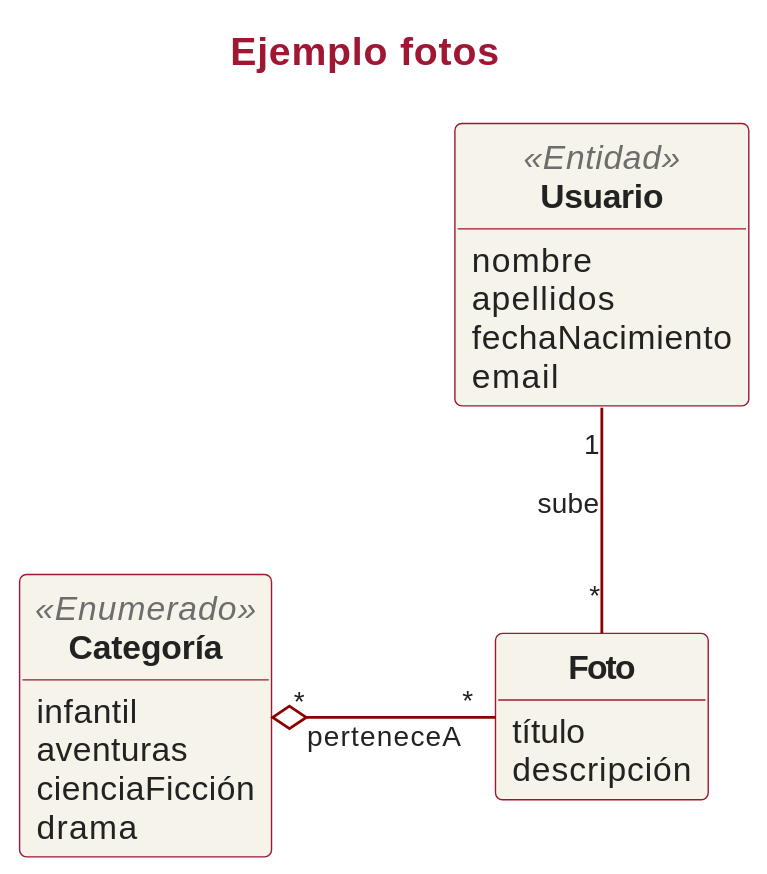
Before: assets/slides/iissi1/t6-introduccion-al-modelado-conceptual/puml/dc-ejemplo-fotos.svg, a diagram exported from PlantUML (IISSI-US/web). The source it was exported from:
```plantuml
@startuml
title Ejemplo fotos
!include ../../puml/teoria.iuml

!include Usuario.iuml
!include Foto.iuml
!include Categoria.iuml

Usuario "1" -- "*" Foto: sube
Foto "*" -l-o "*" Categoría: perteneceA
@enduml
```
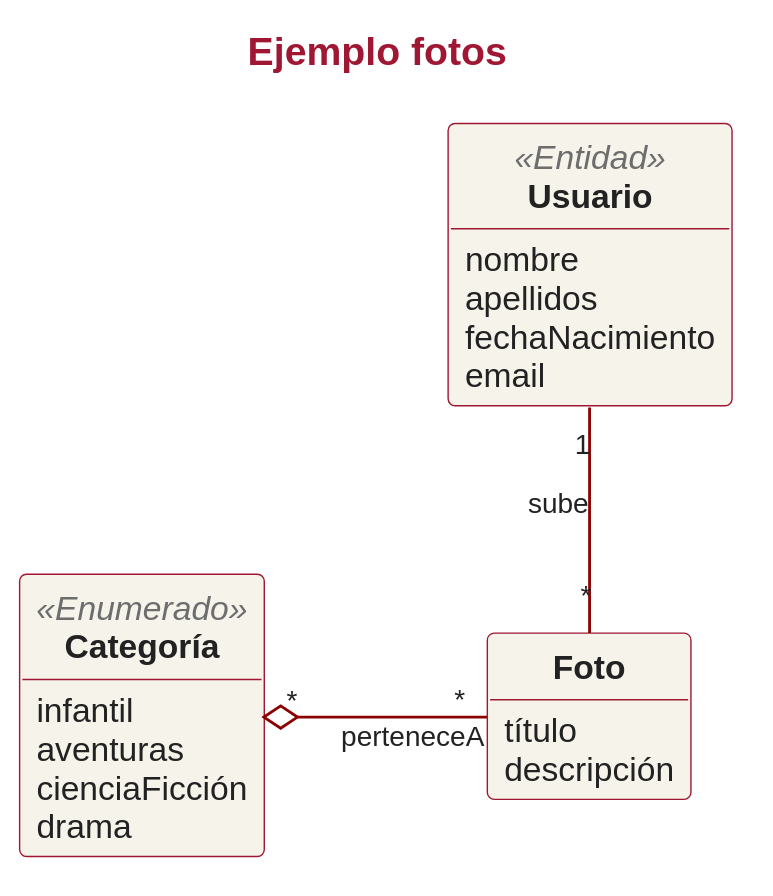
Later version of the same file.

The edit, as a diff of the source:
```diff
@@ -2,10 +2,22 @@
 title Ejemplo fotos
 !include ../../puml/teoria.iuml
 
-!include Usuario.iuml
-!include Foto.iuml
-!include Categoria.iuml
-
+Class Usuario << Entidad >>{
+    nombre
+    apellidos
+    fechaNacimiento
+    email
+}
+class Foto {
+    título
+    descripción
+}
+Class Categoría << Enumerado >>{
+infantil
+aventuras
+cienciaFicción
+drama
+}
 Usuario "1" -- "*" Foto: sube
 Foto "*" -l-o "*" Categoría: perteneceA
 @enduml
```
